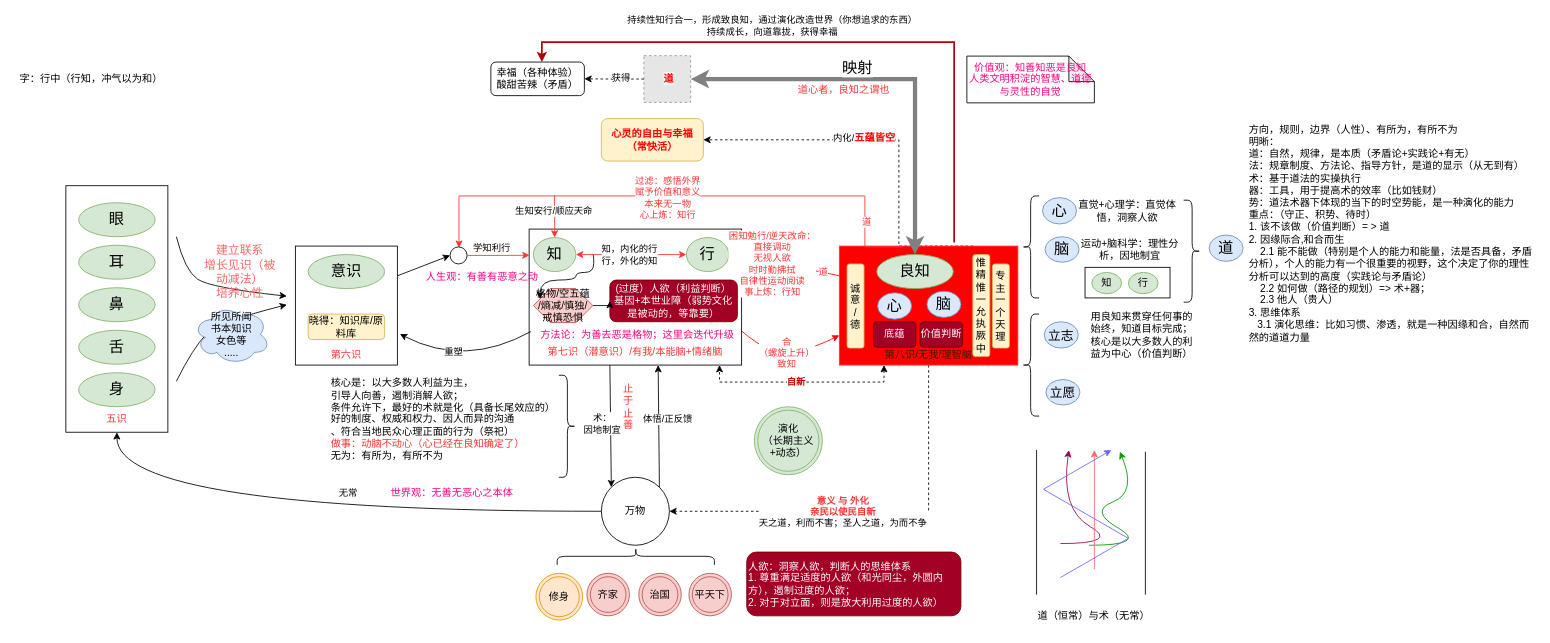
Before: page "良知" (2 of 2) of xinxue.drawio in kason-huang/DrawIO, a draw.io diagram. Source tidied: cells renumbered, new cells numbered last; positions are measured from the earlier drawing's top-left corner, leaving out a move shared by most shapes. Both pictures are drawn from the tidied source at 85%, with x=0, y=0 at pixel (14, 42). Pictures stored in the file or linked from it are replaced by grey dashed boxes.
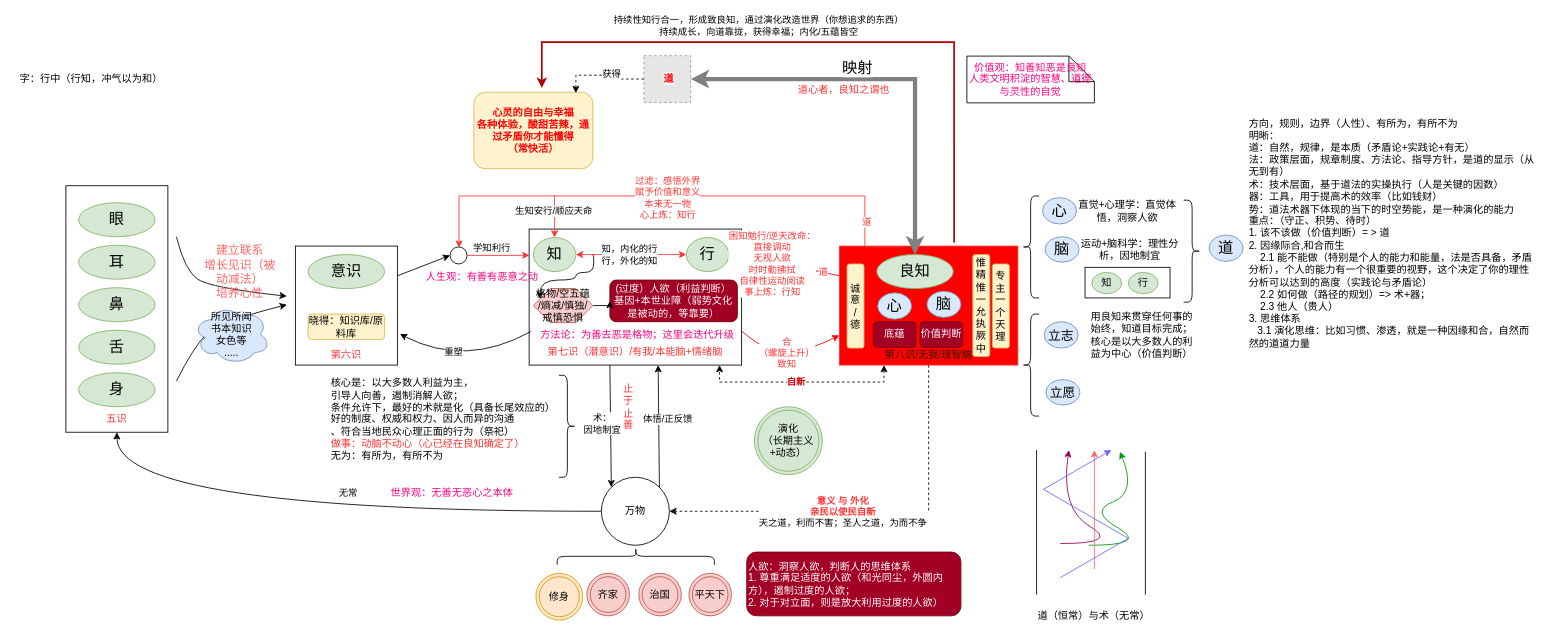
Above is the later version.

Unchanged cells that the change refers to:
```xml
<mxCell id="30" value="&lt;font color=&quot;#331a00&quot;&gt;&lt;br&gt;&lt;br&gt;&lt;br&gt;&lt;br&gt;&lt;br&gt;&lt;br&gt;&lt;br&gt;&lt;br&gt;第八识/无我/理智脑&lt;/font&gt;" style="rounded=0;whiteSpace=wrap;html=1;strokeColor=#FF3333;fillColor=#FF0000;" parent="1" vertex="1">
  <mxGeometry x="970" y="240" width="210" height="140" as="geometry" />
</mxCell>
<mxCell id="96" style="fillColor=#E6E6E6;strokeColor=#999999;dashed=1;verticalLabelPosition=bottom;labelBackgroundColor=default;verticalAlign=top;" parent="95" vertex="1">
  <mxGeometry width="55" height="55" as="geometry" />
</mxCell>
```

The edit, as a diff of the source:
```diff
@@
-    <mxCell id="28" style="edgeStyle=orthogonalEdgeStyle;rounded=0;jettySize=auto;html=1;exitX=0.75;exitY=0;exitDx=0;exitDy=0;entryX=1;entryY=0.5;entryDx=0;entryDy=0;dashed=1;" parent="1" edge="1" source="30" target="56">
-      <mxGeometry relative="1" as="geometry">
-        <Array as="points">
-          <mxPoint x="1040" y="240" />
-          <mxPoint x="1040" y="115" />
-        </Array>
-      </mxGeometry>
-    </mxCell>
-    <mxCell id="29" value="内化/&lt;b style=&quot;border-color: var(--border-color); font-size: 12px; background-color: rgb(251, 251, 251);&quot;&gt;&lt;font style=&quot;border-color: var(--border-color);&quot; color=&quot;#ff0000&quot;&gt;五蕴皆空&lt;br style=&quot;border-color: var(--border-color);&quot;&gt;&lt;/font&gt;&lt;/b&gt;" style="edgeLabel;html=1;align=center;verticalAlign=middle;" parent="28" vertex="1">
-      <mxGeometry x="0.15" y="-3" relative="1" as="geometry" />
-    </mxCell>
@@
-    <mxCell id="56" value="&lt;b&gt;&lt;font color=&quot;#ff0000&quot;&gt;心灵的自由与幸福&lt;br&gt;（常快活）&lt;/font&gt;&lt;/b&gt;" style="rounded=1;whiteSpace=wrap;html=1;fillColor=#fff2cc;strokeColor=#d6b656;" parent="1" vertex="1">
-      <mxGeometry x="690" y="90" width="120" height="50" as="geometry" />
+    <mxCell id="56" value="&lt;b&gt;&lt;font color=&quot;#ff0000&quot;&gt;心灵的自由与幸福&lt;br&gt;各种体验，酸甜苦辣，通过矛盾你才能懂得&lt;br&gt;（常快活）&lt;/font&gt;&lt;/b&gt;" style="rounded=1;whiteSpace=wrap;html=1;fillColor=#fff2cc;strokeColor=#d6b656;" parent="1" vertex="1">
+      <mxGeometry x="540" y="59" width="140" height="90" as="geometry" />
     </mxCell>
@@
-    <mxCell id="83" value="方向，规则，边界（人性）、有所为，有所不为&lt;br&gt;明晰：&lt;br&gt;道：自然，规律，是本质（矛盾论+实践论+有无）&lt;br&gt;法：规章制度、方法论、指导方针，是道的显示（从无到有）&lt;br&gt;术：基于道法的实操执行&lt;br&gt;器：工具，用于提高术的效率（比如钱财）&lt;br&gt;势：道法术器下体现的当下的时空势能，是一种演化的能力&lt;br&gt;重点：（守正、积势、待时）&lt;br&gt;1. 该不该做（价值判断）= &amp;gt; 道&lt;br&gt;2.&amp;nbsp;因缘际合,和合而生&lt;br&gt;&lt;span style=&quot;&quot;&gt;&lt;span style=&quot;&quot;&gt;&amp;nbsp;&amp;nbsp;&amp;nbsp;&amp;nbsp;&lt;/span&gt;&lt;/span&gt;2.1 能不能做（特别是个人的能力和能量，法是否具备，矛盾分析），个人的能力有一个很重要的视野，这个决定了你的理性分析可以达到的高度（实践论与矛盾论）&lt;br&gt;&lt;span style=&quot;&quot;&gt;&lt;span style=&quot;&quot;&gt;&amp;nbsp;&amp;nbsp;&amp;nbsp;&amp;nbsp;&lt;/span&gt;&lt;/span&gt;2.2&amp;nbsp;如何做（路径的规划）=&amp;gt; 术+器；&lt;br&gt;&amp;nbsp; &amp;nbsp; 2.3 他人（贵人）&lt;br&gt;3. 思维体系&lt;br&gt;&amp;nbsp; &amp;nbsp;3.1 演化思维：比如习惯、渗透，就是一种因缘和合，自然而然的道道力量" style="text;html=1;strokeColor=none;fillColor=none;align=left;verticalAlign=middle;whiteSpace=wrap;rounded=0;" parent="1" vertex="1">
+    <mxCell id="83" value="方向，规则，边界（人性）、有所为，有所不为&lt;br&gt;明晰：&lt;br&gt;道：自然，规律，是本质（矛盾论+实践论+有无）&lt;br&gt;法：政策层面，规章制度、方法论、指导方针，是道的显示（从无到有）&lt;br&gt;术：技术层面，基于道法的实操执行（人是关键的因数）&lt;br&gt;器：工具，用于提高术的效率（比如钱财）&lt;br&gt;势：道法术器下体现的当下的时空势能，是一种演化的能力&lt;br&gt;重点：（守正、积势、待时）&lt;br&gt;1. 该不该做（价值判断）= &amp;gt; 道&lt;br&gt;2.&amp;nbsp;因缘际合,和合而生&lt;br&gt;&lt;span style=&quot;&quot;&gt;&lt;span style=&quot;&quot;&gt;&amp;nbsp;&amp;nbsp;&amp;nbsp;&amp;nbsp;&lt;/span&gt;&lt;/span&gt;2.1 能不能做（特别是个人的能力和能量，法是否具备，矛盾分析），个人的能力有一个很重要的视野，这个决定了你的理性分析可以达到的高度（实践论与矛盾论）&lt;br&gt;&lt;span style=&quot;&quot;&gt;&lt;span style=&quot;&quot;&gt;&amp;nbsp;&amp;nbsp;&amp;nbsp;&amp;nbsp;&lt;/span&gt;&lt;/span&gt;2.2&amp;nbsp;如何做（路径的规划）=&amp;gt; 术+器；&lt;br&gt;&amp;nbsp; &amp;nbsp; 2.3 他人（贵人）&lt;br&gt;3. 思维体系&lt;br&gt;&amp;nbsp; &amp;nbsp;3.1 演化思维：比如习惯、渗透，就是一种因缘和合，自然而然的道道力量" style="text;html=1;strokeColor=none;fillColor=none;align=left;verticalAlign=middle;whiteSpace=wrap;rounded=0;" parent="1" vertex="1">
       <mxGeometry x="1450" y="200" width="340" height="50" as="geometry" />
     </mxCell>
@@
-    <mxCell id="107" style="edgeStyle=orthogonalEdgeStyle;rounded=0;jettySize=auto;html=1;startArrow=openThin;startFill=0;endArrow=openThin;endFill=0;strokeColor=none;" parent="1" edge="1" source="108">
+    <mxCell id="107" style="edgeStyle=orthogonalEdgeStyle;rounded=0;orthogonalLoop=1;jettySize=auto;html=1;startArrow=openThin;startFill=0;endArrow=openThin;endFill=0;strokeColor=none;" parent="1" edge="1">
       <mxGeometry relative="1" as="geometry">
+        <mxPoint x="670" y="43.3" as="sourcePoint" />
         <mxPoint x="680" y="50" as="targetPoint" />
       </mxGeometry>
     </mxCell>
-    <mxCell id="108" value="幸福（各种体验）&lt;br&gt;酸甜苦辣（矛盾）" style="rounded=1;whiteSpace=wrap;html=1;" parent="1" vertex="1">
-      <mxGeometry x="560" y="23.5" width="110" height="39.5" as="geometry" />
-    </mxCell>
-    <mxCell id="109" style="edgeStyle=orthogonalEdgeStyle;rounded=0;jettySize=auto;html=1;exitX=0;exitY=0.5;exitDx=0;exitDy=0;entryX=1;entryY=0.5;entryDx=0;entryDy=0;dashed=1;" parent="1" edge="1" source="96" target="108">
+    <mxCell id="109" style="edgeStyle=orthogonalEdgeStyle;rounded=0;jettySize=auto;html=1;exitX=0;exitY=0.5;exitDx=0;exitDy=0;entryX=0.857;entryY=0.011;entryDx=0;entryDy=0;dashed=1;entryPerimeter=0;" parent="1" edge="1" source="96" target="56">
       <mxGeometry relative="1" as="geometry" />
     </mxCell>
@@
-    <mxCell id="111" style="edgeStyle=orthogonalEdgeStyle;rounded=0;jettySize=auto;html=1;entryX=0.643;entryY=-0.029;entryDx=0;entryDy=0;entryPerimeter=0;startArrow=classic;startFill=1;endArrow=none;endFill=0;fillColor=#e51400;strokeColor=#B20000;strokeWidth=2;" parent="1" edge="1" source="108" target="30">
+    <mxCell id="111" style="edgeStyle=orthogonalEdgeStyle;rounded=0;jettySize=auto;html=1;entryX=0.643;entryY=-0.029;entryDx=0;entryDy=0;entryPerimeter=0;startArrow=classic;startFill=1;endArrow=none;endFill=0;fillColor=#e51400;strokeColor=#B20000;strokeWidth=2;exitX=0.571;exitY=-0.056;exitDx=0;exitDy=0;exitPerimeter=0;" parent="1" edge="1" source="56" target="30">
       <mxGeometry relative="1" as="geometry">
         <Array as="points">
           <mxPoint x="620" />
           <mxPoint x="1105" />
         </Array>
       </mxGeometry>
     </mxCell>
-    <mxCell id="112" value="持续性知行合一，形成致良知，通过演化改造世界（你想追求的东西）&lt;br&gt;持续成长，向道靠拢，获得幸福" style="edgeLabel;html=1;align=center;verticalAlign=middle;" parent="111" vertex="1">
+    <mxCell id="112" value="持续性知行合一，形成致良知，通过演化改造世界（你想追求的东西）&lt;br&gt;持续成长，向道靠拢，获得幸福；内化/五蕴皆空" style="edgeLabel;html=1;align=center;verticalAlign=middle;" parent="111" vertex="1">
       <mxGeometry x="0.02" y="-2" relative="1" as="geometry">
         <mxPoint x="-86" y="-22" as="offset" />
       </mxGeometry>
     </mxCell>
```
